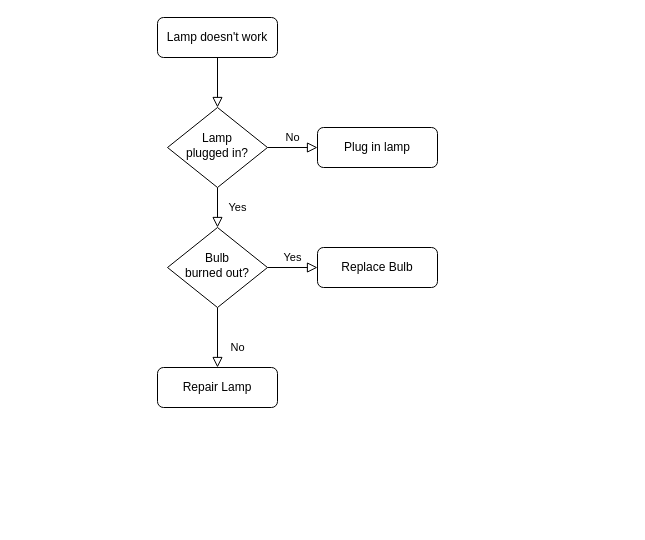
The draw.io diagram Untitled Diagram.drawio in CarloBactol/image-uploads, before the edit. Source tidied: cells renumbered, new cells numbered last; positions are measured from the earlier drawing's top-left corner, leaving out a move shared by most shapes. Both pictures are drawn from the tidied source at 100%, with x=0, y=0 at pixel (157, 17).
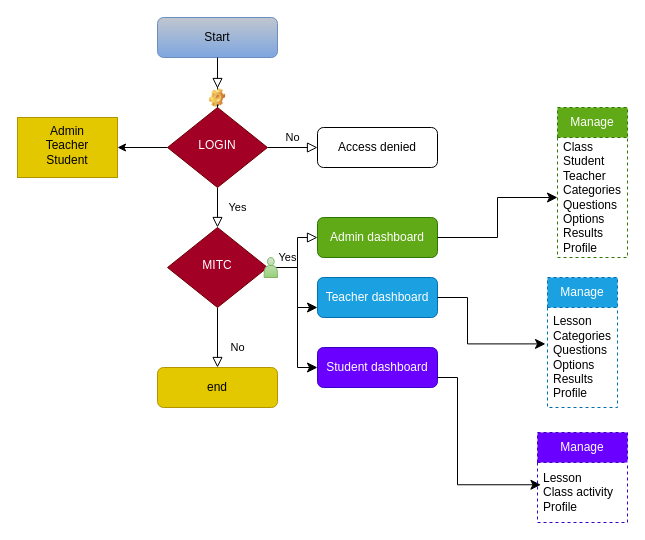
After the change.

Change to the diagram source:
```diff
@@
-    <mxCell id="2" style="rounded=0;html=1;jettySize=auto;fontSize=11;endArrow=block;endFill=0;endSize=8;strokeWidth=1;shadow=0;labelBackgroundColor=none;edgeStyle=orthogonalEdgeStyle;" parent="1" edge="1" source="3" target="6">
+    <mxCell id="2" style="rounded=0;html=1;jettySize=auto;fontSize=11;endArrow=block;endFill=0;endSize=8;strokeWidth=1;shadow=0;labelBackgroundColor=none;edgeStyle=orthogonalEdgeStyle;" parent="1" edge="1" source="16" target="6">
       <mxGeometry relative="1" as="geometry" />
     </mxCell>
-    <mxCell id="3" value="Lamp doesn't work" style="rounded=1;whiteSpace=wrap;html=1;fontSize=12;glass=0;strokeWidth=1;shadow=0;" parent="1" vertex="1">
+    <mxCell id="3" value="Start" style="rounded=1;whiteSpace=wrap;html=1;fontSize=12;glass=0;strokeWidth=1;shadow=0;fillColor=#c0c6ce;gradientColor=#7ea6e0;strokeColor=#6c8ebf;" parent="1" vertex="1">
       <mxGeometry width="120" height="40" as="geometry" />
     </mxCell>
@@
+    <mxCell id="13" style="edgeStyle=orthogonalEdgeStyle;rounded=0;jettySize=auto;html=1;" parent="1" edge="1" source="6" target="14">
+      <mxGeometry relative="1" as="geometry" />
+    </mxCell>
-    <mxCell id="6" value="Lamp&lt;br&gt;plugged in?" style="rhombus;whiteSpace=wrap;html=1;shadow=0;fontFamily=Helvetica;fontSize=12;align=center;strokeWidth=1;spacing=6;spacingTop=-4;" parent="1" vertex="1">
+    <mxCell id="6" value="LOGIN" style="rhombus;whiteSpace=wrap;html=1;shadow=0;fontFamily=Helvetica;fontSize=12;align=center;strokeWidth=1;spacing=6;spacingTop=-4;fillColor=#a20025;fontColor=#ffffff;strokeColor=#6F0000;" parent="1" vertex="1">
       <mxGeometry x="10" y="90" width="100" height="80" as="geometry" />
     </mxCell>
-    <mxCell id="7" value="Plug in lamp" style="rounded=1;whiteSpace=wrap;html=1;fontSize=12;glass=0;strokeWidth=1;shadow=0;" parent="1" vertex="1">
+    <mxCell id="7" value="Access denied" style="rounded=1;whiteSpace=wrap;html=1;fontSize=12;glass=0;strokeWidth=1;shadow=0;" parent="1" vertex="1">
       <mxGeometry x="160" y="110" width="120" height="40" as="geometry" />
     </mxCell>
@@
     <mxCell id="9" value="Yes" style="edgeStyle=orthogonalEdgeStyle;rounded=0;html=1;jettySize=auto;fontSize=11;endArrow=block;endFill=0;endSize=8;strokeWidth=1;shadow=0;labelBackgroundColor=none;" parent="1" edge="1" source="10" target="12">
-      <mxGeometry y="10" relative="1" as="geometry" />
+      <mxGeometry y="10" relative="1" as="geometry">
+        <Array as="points">
+          <mxPoint x="140" y="250" />
+          <mxPoint x="140" y="220" />
+        </Array>
+      </mxGeometry>
     </mxCell>
-    <mxCell id="10" value="Bulb&lt;br&gt;burned out?" style="rhombus;whiteSpace=wrap;html=1;shadow=0;fontFamily=Helvetica;fontSize=12;align=center;strokeWidth=1;spacing=6;spacingTop=-4;" parent="1" vertex="1">
+    <mxCell id="10" value="MITC" style="rhombus;whiteSpace=wrap;html=1;shadow=0;fontFamily=Helvetica;fontSize=12;align=center;strokeWidth=1;spacing=6;spacingTop=-4;fillColor=#a20025;fontColor=#ffffff;strokeColor=#6F0000;" parent="1" vertex="1">
       <mxGeometry x="10" y="210" width="100" height="80" as="geometry" />
     </mxCell>
-    <mxCell id="11" value="Repair Lamp" style="rounded=1;whiteSpace=wrap;html=1;fontSize=12;glass=0;strokeWidth=1;shadow=0;" parent="1" vertex="1">
+    <mxCell id="11" value="end" style="rounded=1;whiteSpace=wrap;html=1;fontSize=12;glass=0;strokeWidth=1;shadow=0;fillColor=#e3c800;fontColor=#000000;strokeColor=#B09500;" parent="1" vertex="1">
       <mxGeometry y="350" width="120" height="40" as="geometry" />
     </mxCell>
-    <mxCell id="12" value="Replace Bulb" style="rounded=1;whiteSpace=wrap;html=1;fontSize=12;glass=0;strokeWidth=1;shadow=0;" parent="1" vertex="1">
-      <mxGeometry x="160" y="230" width="120" height="40" as="geometry" />
+    <mxCell id="12" value="Admin dashboard" style="rounded=1;whiteSpace=wrap;html=1;fontSize=12;glass=0;strokeWidth=1;shadow=0;fillColor=#60a917;fontColor=#ffffff;strokeColor=#2D7600;" parent="1" vertex="1">
+      <mxGeometry x="160" y="200" width="120" height="40" as="geometry" />
     </mxCell>
+    <mxCell id="14" value="Admin&lt;br&gt;Teacher&lt;br&gt;Student" style="whiteSpace=wrap;html=1;shadow=0;strokeWidth=1;spacing=6;spacingTop=-4;fillColor=#e3c800;fontColor=#000000;strokeColor=#B09500;" parent="1" vertex="1">
+      <mxGeometry x="-140" y="100" width="100" height="60" as="geometry" />
+    </mxCell>
+    <mxCell id="15" style="rounded=0;html=1;jettySize=auto;fontSize=11;endArrow=block;endFill=0;endSize=8;strokeWidth=1;shadow=0;labelBackgroundColor=none;edgeStyle=orthogonalEdgeStyle;" parent="1" edge="1" source="3" target="16">
+      <mxGeometry relative="1" as="geometry" />
+    </mxCell>
+    <mxCell id="16" style="shape=image;html=1;verticalLabelPosition=bottom;verticalAlign=top;imageAspect=1;image=img/clipart/Gear_128x128.png;" parent="1" vertex="1">
+      <mxGeometry x="51.9" y="71" width="16.2" height="19" as="geometry" />
+    </mxCell>
+    <mxCell id="17" style="edgeStyle=elbowEdgeStyle;elbow=horizontal;endArrow=classic;html=1;curved=0;rounded=0;endSize=8;startSize=8;exitX=1;exitY=0.5;exitDx=0;exitDy=0;entryX=0;entryY=0.75;entryDx=0;entryDy=0;" parent="1" edge="1" source="19" target="21">
+      <mxGeometry relative="1" as="geometry">
+        <Array as="points">
+          <mxPoint x="140" y="250" />
+          <mxPoint x="140" y="280" />
+          <mxPoint x="140" y="290" />
+          <mxPoint x="140" y="280" />
+          <mxPoint x="140" y="260" />
+          <mxPoint x="110" y="260" />
+        </Array>
+      </mxGeometry>
+    </mxCell>
+    <mxCell id="18" style="edgeStyle=elbowEdgeStyle;elbow=horizontal;endArrow=classic;html=1;curved=0;rounded=0;endSize=8;startSize=8;exitX=1;exitY=0.5;exitDx=0;exitDy=0;" parent="1" edge="1" source="10" target="19">
+      <mxGeometry relative="1" as="geometry" />
+    </mxCell>
+    <mxCell id="19" style="shape=actor;whiteSpace=wrap;html=1;fillColor=#d5e8d4;gradientColor=#97d077;strokeColor=#82b366;" parent="1" vertex="1">
+      <mxGeometry x="106.7" y="240" width="13.3" height="20" as="geometry" />
+    </mxCell>
+    <mxCell id="20" style="edgeStyle=elbowEdgeStyle;elbow=horizontal;endArrow=classic;html=1;curved=0;rounded=0;endSize=8;startSize=8;entryX=0;entryY=0.5;entryDx=0;entryDy=0;" parent="1" edge="1" target="22">
+      <mxGeometry relative="1" as="geometry">
+        <mxPoint x="140" y="280" as="sourcePoint" />
+        <Array as="points">
+          <mxPoint x="140" y="340" />
+        </Array>
+      </mxGeometry>
+    </mxCell>
+    <mxCell id="21" value="Teacher dashboard" style="rounded=1;whiteSpace=wrap;html=1;fontSize=12;glass=0;strokeWidth=1;shadow=0;fillColor=#1ba1e2;fontColor=#ffffff;strokeColor=#006EAF;" parent="1" vertex="1">
+      <mxGeometry x="160" y="260" width="120" height="40" as="geometry" />
+    </mxCell>
+    <mxCell id="22" value="Student dashboard" style="rounded=1;whiteSpace=wrap;html=1;fontSize=12;glass=0;strokeWidth=1;shadow=0;fillColor=#6a00ff;fontColor=#ffffff;strokeColor=#3700CC;" parent="1" vertex="1">
+      <mxGeometry x="160" y="330" width="120" height="40" as="geometry" />
+    </mxCell>
+    <mxCell id="23" style="edgeStyle=elbowEdgeStyle;elbow=horizontal;endArrow=classic;html=1;curved=0;rounded=0;endSize=8;startSize=8;entryX=-0.029;entryY=0.364;entryDx=0;entryDy=0;entryPerimeter=0;exitX=1;exitY=0.5;exitDx=0;exitDy=0;" parent="1" edge="1" source="21" target="28">
+      <mxGeometry relative="1" as="geometry">
+        <Array as="points">
+          <mxPoint x="310" y="320" />
+        </Array>
+      </mxGeometry>
+    </mxCell>
+    <mxCell id="24" style="edgeStyle=elbowEdgeStyle;elbow=horizontal;endArrow=classic;html=1;curved=0;rounded=0;endSize=8;startSize=8;entryX=0;entryY=0.5;entryDx=0;entryDy=0;" parent="1" edge="1" target="26">
+      <mxGeometry relative="1" as="geometry">
+        <mxPoint x="280" y="220" as="sourcePoint" />
+      </mxGeometry>
+    </mxCell>
+    <mxCell id="25" value="Manage" style="swimlane;fontStyle=0;horizontal=1;startSize=30;whiteSpace=wrap;html=1;fillColor=#60a917;fontColor=#ffffff;strokeColor=#2D7600;dashed=1;" parent="1" vertex="1">
+      <mxGeometry x="400" y="90" width="70" height="150" as="geometry" />
+    </mxCell>
+    <mxCell id="26" value="Class&amp;nbsp;&amp;nbsp;&lt;br&gt;Student&amp;nbsp;&lt;br&gt;Teacher&amp;nbsp;&lt;br&gt;Categories&lt;br&gt;Questions&lt;br&gt;Options&lt;br&gt;Results&lt;br&gt;Profile" style="text;strokeColor=none;fillColor=none;align=left;verticalAlign=middle;spacingLeft=4;spacingRight=4;overflow=hidden;points=[[0,0.5],[1,0.5]];portConstraint=eastwest;whiteSpace=wrap;html=1;" parent="25" vertex="1">
+      <mxGeometry y="30" width="70" height="120" as="geometry" />
+    </mxCell>
+    <mxCell id="27" value="Manage" style="swimlane;fontStyle=0;horizontal=1;startSize=30;whiteSpace=wrap;html=1;fillColor=#1ba1e2;fontColor=#ffffff;strokeColor=#006EAF;dashed=1;" parent="1" vertex="1">
+      <mxGeometry x="390" y="260" width="70" height="130" as="geometry" />
+    </mxCell>
+    <mxCell id="28" value="Lesson&amp;nbsp;&lt;br&gt;Categories&lt;br&gt;Questions&lt;br&gt;Options&lt;br&gt;Results&lt;br&gt;Profile" style="text;strokeColor=none;fillColor=none;align=left;verticalAlign=middle;spacingLeft=4;spacingRight=4;overflow=hidden;points=[[0,0.5],[1,0.5]];portConstraint=eastwest;whiteSpace=wrap;html=1;" parent="27" vertex="1">
+      <mxGeometry y="30" width="70" height="100" as="geometry" />
+    </mxCell>
+    <mxCell id="29" style="edgeStyle=elbowEdgeStyle;elbow=horizontal;endArrow=classic;html=1;curved=0;rounded=0;endSize=8;startSize=8;entryX=0.038;entryY=0.371;entryDx=0;entryDy=0;entryPerimeter=0;exitX=1;exitY=0.75;exitDx=0;exitDy=0;" parent="1" edge="1" source="22" target="31">
+      <mxGeometry relative="1" as="geometry">
+        <Array as="points">
+          <mxPoint x="300" y="380.5" />
+        </Array>
+      </mxGeometry>
+    </mxCell>
+    <mxCell id="30" value="Manage" style="swimlane;fontStyle=0;horizontal=1;startSize=30;whiteSpace=wrap;html=1;fillColor=#6a00ff;fontColor=#ffffff;strokeColor=#3700CC;dashed=1;" parent="1" vertex="1">
+      <mxGeometry x="380" y="415" width="90" height="90" as="geometry" />
+    </mxCell>
+    <mxCell id="31" value="Lesson&amp;nbsp;&lt;br&gt;Class activity&lt;br&gt;Profile&amp;nbsp;" style="text;strokeColor=none;fillColor=none;align=left;verticalAlign=middle;spacingLeft=4;spacingRight=4;overflow=hidden;points=[[0,0.5],[1,0.5]];portConstraint=eastwest;whiteSpace=wrap;html=1;" parent="30" vertex="1">
+      <mxGeometry y="30" width="90" height="60" as="geometry" />
+    </mxCell>
```
